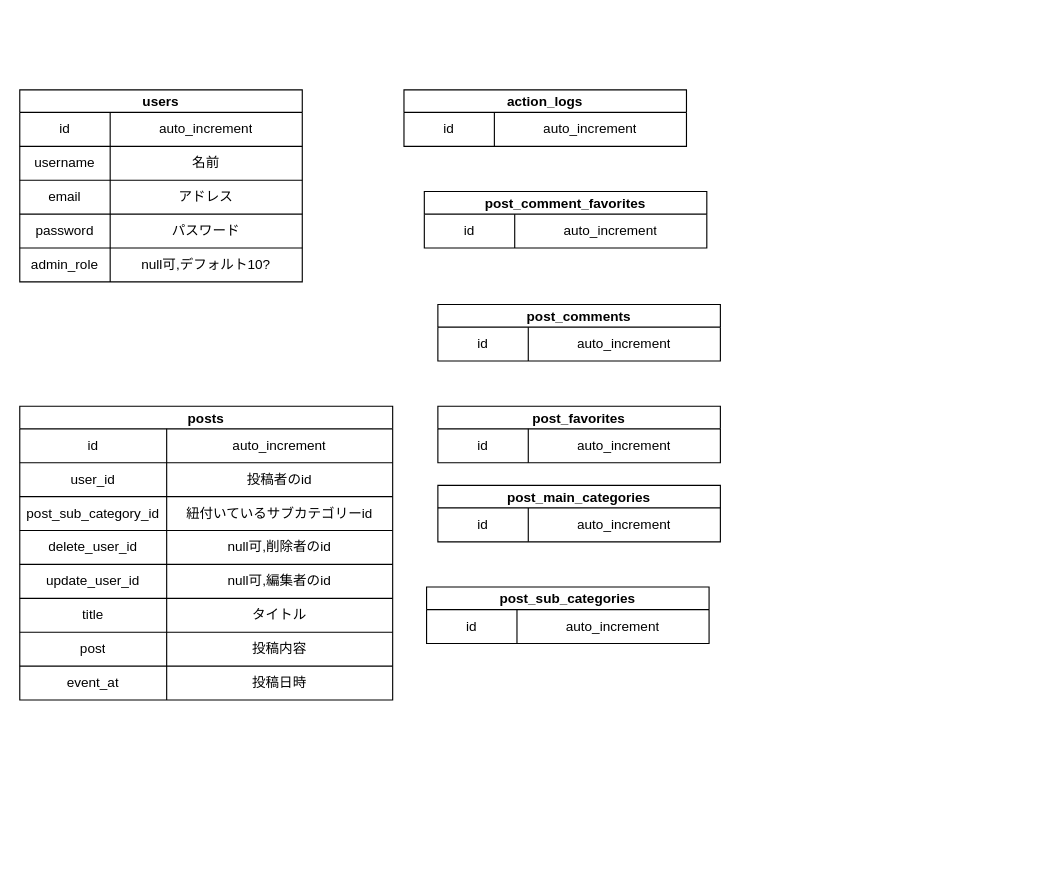
Above: bbm.dio in I-Kouta/BBM (draw.io), before the change. Source tidied: cells renumbered, new cells numbered last; positions are measured from the earlier drawing's top-left corner, leaving out a move shared by most shapes. Both pictures are drawn from the tidied source at 113%, with x=0, y=0 at pixel (19, 89).
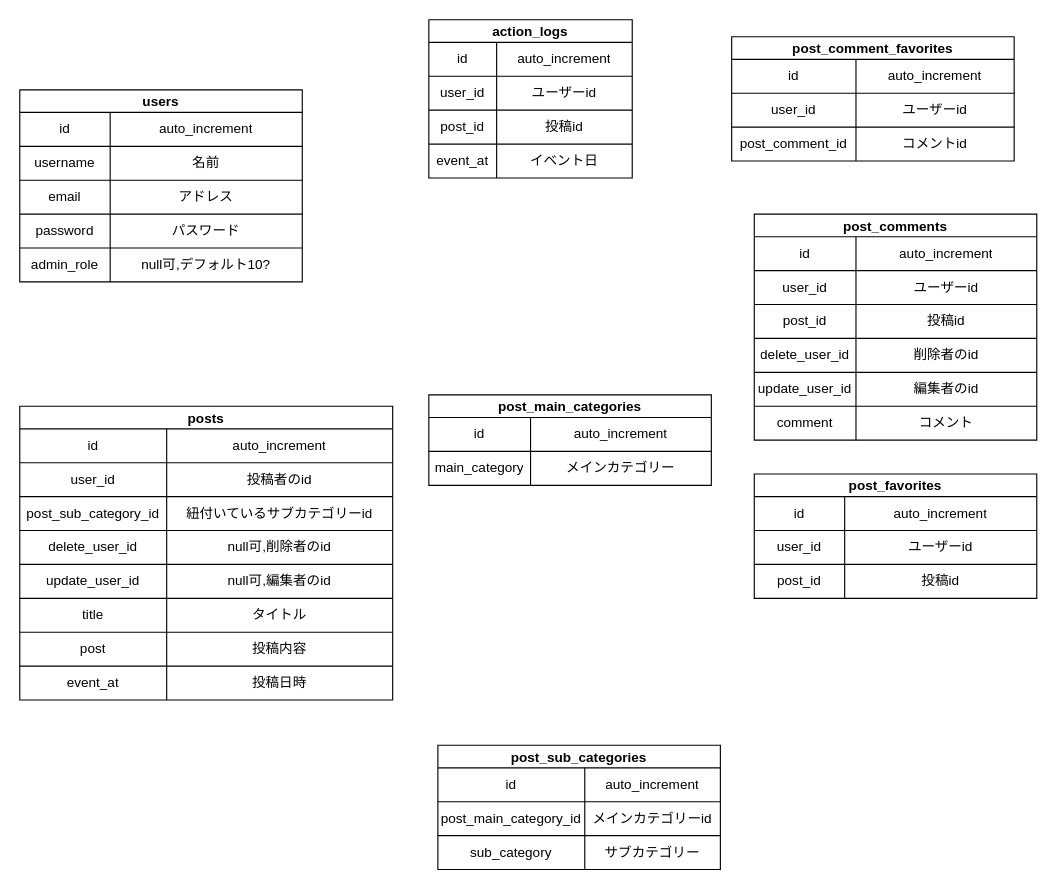
The same diagram, later.

Commit message:
テーブル定義の詳細です

The change refers to these unchanged cells:
```xml
<mxCell id="48" style="shape=partialRectangle;html=1;whiteSpace=wrap;fillColor=none;top=0;left=0;bottom=0;right=0;" parent="47" vertex="1">
  <mxGeometry y="20" width="250" height="30" as="geometry" />
</mxCell>
<mxCell id="52" style="shape=partialRectangle;html=1;whiteSpace=wrap;fillColor=none;top=0;left=0;bottom=0;right=0;" parent="51" vertex="1">
  <mxGeometry y="20" width="250" height="30" as="geometry" />
</mxCell>
<mxCell id="60" style="shape=partialRectangle;html=1;whiteSpace=wrap;fillColor=none;top=0;left=0;bottom=0;right=0;" parent="59" vertex="1">
  <mxGeometry y="20" width="250" height="30" as="geometry" />
</mxCell>
<mxCell id="64" style="shape=partialRectangle;html=1;whiteSpace=wrap;fillColor=none;top=0;left=0;bottom=0;right=0;" parent="63" vertex="1">
  <mxGeometry y="20" width="250" height="30" as="geometry" />
</mxCell>
```

Diff of the diagram source:
```diff
@@
     <mxCell id="43" value="action_logs" style="shape=table;startSize=20;childLayout=tableLayout;fontStyle=1;align=center;" parent="1" vertex="1">
-      <mxGeometry x="340" width="250" height="50" as="geometry" />
+      <mxGeometry x="362" y="-62" width="180" height="140" as="geometry" />
     </mxCell>
     <mxCell id="44" style="shape=partialRectangle;html=1;whiteSpace=wrap;fillColor=none;top=0;left=0;bottom=0;right=0;" parent="43" vertex="1">
-      <mxGeometry y="20" width="250" height="30" as="geometry" />
+      <mxGeometry y="20" width="180" height="30" as="geometry" />
     </mxCell>
     <mxCell id="45" value="id" style="shape=partialRectangle;html=1;whiteSpace=wrap;fillColor=none;top=0;left=0;bottom=0;right=0;overflow=hidden;" parent="44" vertex="1">
-      <mxGeometry width="80" height="30" as="geometry" />
+      <mxGeometry width="60" height="30" as="geometry" />
     </mxCell>
     <mxCell id="46" value="auto_increment" style="shape=partialRectangle;html=1;whiteSpace=wrap;fillColor=none;top=0;left=0;bottom=0;right=0;overflow=hidden;" parent="44" vertex="1">
-      <mxGeometry x="80" width="170" height="30" as="geometry" />
+      <mxGeometry x="60" width="120" height="30" as="geometry" />
     </mxCell>
+    <mxCell id="67" style="shape=partialRectangle;html=1;whiteSpace=wrap;fillColor=none;top=0;left=0;bottom=0;right=0;" parent="43" vertex="1">
+      <mxGeometry y="50" width="180" height="30" as="geometry" />
+    </mxCell>
+    <mxCell id="68" value="user_id" style="shape=partialRectangle;html=1;whiteSpace=wrap;fillColor=none;top=0;left=0;bottom=0;right=0;overflow=hidden;" parent="67" vertex="1">
+      <mxGeometry width="60" height="30" as="geometry" />
+    </mxCell>
+    <mxCell id="69" value="ユーザーid" style="shape=partialRectangle;html=1;whiteSpace=wrap;fillColor=none;top=0;left=0;bottom=0;right=0;overflow=hidden;" parent="67" vertex="1">
+      <mxGeometry x="60" width="120" height="30" as="geometry" />
+    </mxCell>
+    <mxCell id="70" style="shape=partialRectangle;html=1;whiteSpace=wrap;fillColor=none;top=0;left=0;bottom=0;right=0;" parent="43" vertex="1">
+      <mxGeometry y="80" width="180" height="30" as="geometry" />
+    </mxCell>
+    <mxCell id="71" value="post_id" style="shape=partialRectangle;html=1;whiteSpace=wrap;fillColor=none;top=0;left=0;bottom=0;right=0;overflow=hidden;" parent="70" vertex="1">
+      <mxGeometry width="60" height="30" as="geometry" />
+    </mxCell>
+    <mxCell id="72" value="投稿id" style="shape=partialRectangle;html=1;whiteSpace=wrap;fillColor=none;top=0;left=0;bottom=0;right=0;overflow=hidden;" parent="70" vertex="1">
+      <mxGeometry x="60" width="120" height="30" as="geometry" />
+    </mxCell>
+    <mxCell id="73" style="shape=partialRectangle;html=1;whiteSpace=wrap;fillColor=none;top=0;left=0;bottom=0;right=0;" parent="43" vertex="1">
+      <mxGeometry y="110" width="180" height="30" as="geometry" />
+    </mxCell>
+    <mxCell id="74" value="event_at" style="shape=partialRectangle;html=1;whiteSpace=wrap;fillColor=none;top=0;left=0;bottom=0;right=0;overflow=hidden;" parent="73" vertex="1">
+      <mxGeometry width="60" height="30" as="geometry" />
+    </mxCell>
+    <mxCell id="75" value="イベント日" style="shape=partialRectangle;html=1;whiteSpace=wrap;fillColor=none;top=0;left=0;bottom=0;right=0;overflow=hidden;" parent="73" vertex="1">
+      <mxGeometry x="60" width="120" height="30" as="geometry" />
+    </mxCell>
     <mxCell id="47" value="post_comment_favorites" style="shape=table;startSize=20;childLayout=tableLayout;fontStyle=1;align=center;" parent="1" vertex="1">
-      <mxGeometry x="358" y="90" width="250" height="50" as="geometry" />
+      <mxGeometry x="630" y="-47" width="250" height="110" as="geometry" />
     </mxCell>
@@
     <mxCell id="49" value="id" style="shape=partialRectangle;html=1;whiteSpace=wrap;fillColor=none;top=0;left=0;bottom=0;right=0;overflow=hidden;" parent="48" vertex="1">
-      <mxGeometry width="80" height="30" as="geometry" />
+      <mxGeometry width="110" height="30" as="geometry" />
     </mxCell>
     <mxCell id="50" value="auto_increment" style="shape=partialRectangle;html=1;whiteSpace=wrap;fillColor=none;top=0;left=0;bottom=0;right=0;overflow=hidden;" parent="48" vertex="1">
-      <mxGeometry x="80" width="170" height="30" as="geometry" />
+      <mxGeometry x="110" width="140" height="30" as="geometry" />
     </mxCell>
+    <mxCell id="76" style="shape=partialRectangle;html=1;whiteSpace=wrap;fillColor=none;top=0;left=0;bottom=0;right=0;" parent="47" vertex="1">
+      <mxGeometry y="50" width="250" height="30" as="geometry" />
+    </mxCell>
+    <mxCell id="77" value="user_id" style="shape=partialRectangle;html=1;whiteSpace=wrap;fillColor=none;top=0;left=0;bottom=0;right=0;overflow=hidden;" parent="76" vertex="1">
+      <mxGeometry width="110" height="30" as="geometry" />
+    </mxCell>
+    <mxCell id="78" value="ユーザーid" style="shape=partialRectangle;html=1;whiteSpace=wrap;fillColor=none;top=0;left=0;bottom=0;right=0;overflow=hidden;" parent="76" vertex="1">
+      <mxGeometry x="110" width="140" height="30" as="geometry" />
+    </mxCell>
+    <mxCell id="79" style="shape=partialRectangle;html=1;whiteSpace=wrap;fillColor=none;top=0;left=0;bottom=0;right=0;" parent="47" vertex="1">
+      <mxGeometry y="80" width="250" height="30" as="geometry" />
+    </mxCell>
+    <mxCell id="80" value="post_comment_id" style="shape=partialRectangle;html=1;whiteSpace=wrap;fillColor=none;top=0;left=0;bottom=0;right=0;overflow=hidden;" parent="79" vertex="1">
+      <mxGeometry width="110" height="30" as="geometry" />
+    </mxCell>
+    <mxCell id="81" value="コメントid" style="shape=partialRectangle;html=1;whiteSpace=wrap;fillColor=none;top=0;left=0;bottom=0;right=0;overflow=hidden;" parent="79" vertex="1">
+      <mxGeometry x="110" width="140" height="30" as="geometry" />
+    </mxCell>
     <mxCell id="51" value="post_comments" style="shape=table;startSize=20;childLayout=tableLayout;fontStyle=1;align=center;" parent="1" vertex="1">
-      <mxGeometry x="370" y="190" width="250" height="50" as="geometry" />
+      <mxGeometry x="650" y="110" width="250" height="200" as="geometry" />
     </mxCell>
@@
     <mxCell id="53" value="id" style="shape=partialRectangle;html=1;whiteSpace=wrap;fillColor=none;top=0;left=0;bottom=0;right=0;overflow=hidden;" parent="52" vertex="1">
-      <mxGeometry width="80" height="30" as="geometry" />
+      <mxGeometry width="90" height="30" as="geometry" />
     </mxCell>
     <mxCell id="54" value="auto_increment" style="shape=partialRectangle;html=1;whiteSpace=wrap;fillColor=none;top=0;left=0;bottom=0;right=0;overflow=hidden;" parent="52" vertex="1">
-      <mxGeometry x="80" width="170" height="30" as="geometry" />
+      <mxGeometry x="90" width="160" height="30" as="geometry" />
     </mxCell>
+    <mxCell id="82" style="shape=partialRectangle;html=1;whiteSpace=wrap;fillColor=none;top=0;left=0;bottom=0;right=0;" parent="51" vertex="1">
+      <mxGeometry y="50" width="250" height="30" as="geometry" />
+    </mxCell>
+    <mxCell id="83" value="user_id" style="shape=partialRectangle;html=1;whiteSpace=wrap;fillColor=none;top=0;left=0;bottom=0;right=0;overflow=hidden;" parent="82" vertex="1">
+      <mxGeometry width="90" height="30" as="geometry" />
+    </mxCell>
+    <mxCell id="84" value="ユーザーid" style="shape=partialRectangle;html=1;whiteSpace=wrap;fillColor=none;top=0;left=0;bottom=0;right=0;overflow=hidden;" parent="82" vertex="1">
+      <mxGeometry x="90" width="160" height="30" as="geometry" />
+    </mxCell>
+    <mxCell id="85" style="shape=partialRectangle;html=1;whiteSpace=wrap;fillColor=none;top=0;left=0;bottom=0;right=0;" parent="51" vertex="1">
+      <mxGeometry y="80" width="250" height="30" as="geometry" />
+    </mxCell>
+    <mxCell id="86" value="post_id" style="shape=partialRectangle;html=1;whiteSpace=wrap;fillColor=none;top=0;left=0;bottom=0;right=0;overflow=hidden;" parent="85" vertex="1">
+      <mxGeometry width="90" height="30" as="geometry" />
+    </mxCell>
+    <mxCell id="87" value="投稿id" style="shape=partialRectangle;html=1;whiteSpace=wrap;fillColor=none;top=0;left=0;bottom=0;right=0;overflow=hidden;" parent="85" vertex="1">
+      <mxGeometry x="90" width="160" height="30" as="geometry" />
+    </mxCell>
+    <mxCell id="88" style="shape=partialRectangle;html=1;whiteSpace=wrap;fillColor=none;top=0;left=0;bottom=0;right=0;" parent="51" vertex="1">
+      <mxGeometry y="110" width="250" height="30" as="geometry" />
+    </mxCell>
+    <mxCell id="89" value="delete_user_id" style="shape=partialRectangle;html=1;whiteSpace=wrap;fillColor=none;top=0;left=0;bottom=0;right=0;overflow=hidden;" parent="88" vertex="1">
+      <mxGeometry width="90" height="30" as="geometry" />
+    </mxCell>
+    <mxCell id="90" value="削除者のid" style="shape=partialRectangle;html=1;whiteSpace=wrap;fillColor=none;top=0;left=0;bottom=0;right=0;overflow=hidden;" parent="88" vertex="1">
+      <mxGeometry x="90" width="160" height="30" as="geometry" />
+    </mxCell>
+    <mxCell id="91" style="shape=partialRectangle;html=1;whiteSpace=wrap;fillColor=none;top=0;left=0;bottom=0;right=0;" parent="51" vertex="1">
+      <mxGeometry y="140" width="250" height="30" as="geometry" />
+    </mxCell>
+    <mxCell id="92" value="update_user_id" style="shape=partialRectangle;html=1;whiteSpace=wrap;fillColor=none;top=0;left=0;bottom=0;right=0;overflow=hidden;" parent="91" vertex="1">
+      <mxGeometry width="90" height="30" as="geometry" />
+    </mxCell>
+    <mxCell id="93" value="編集者のid" style="shape=partialRectangle;html=1;whiteSpace=wrap;fillColor=none;top=0;left=0;bottom=0;right=0;overflow=hidden;" parent="91" vertex="1">
+      <mxGeometry x="90" width="160" height="30" as="geometry" />
+    </mxCell>
+    <mxCell id="94" style="shape=partialRectangle;html=1;whiteSpace=wrap;fillColor=none;top=0;left=0;bottom=0;right=0;" parent="51" vertex="1">
+      <mxGeometry y="170" width="250" height="30" as="geometry" />
+    </mxCell>
+    <mxCell id="95" value="comment" style="shape=partialRectangle;html=1;whiteSpace=wrap;fillColor=none;top=0;left=0;bottom=0;right=0;overflow=hidden;" parent="94" vertex="1">
+      <mxGeometry width="90" height="30" as="geometry" />
+    </mxCell>
+    <mxCell id="96" value="コメント" style="shape=partialRectangle;html=1;whiteSpace=wrap;fillColor=none;top=0;left=0;bottom=0;right=0;overflow=hidden;" parent="94" vertex="1">
+      <mxGeometry x="90" width="160" height="30" as="geometry" />
+    </mxCell>
     <mxCell id="55" value="post_favorites" style="shape=table;startSize=20;childLayout=tableLayout;fontStyle=1;align=center;" parent="1" vertex="1">
-      <mxGeometry x="370" y="280" width="250" height="50" as="geometry" />
+      <mxGeometry x="650" y="340" width="250" height="110" as="geometry" />
     </mxCell>
@@
+    <mxCell id="97" style="shape=partialRectangle;html=1;whiteSpace=wrap;fillColor=none;top=0;left=0;bottom=0;right=0;" parent="55" vertex="1">
+      <mxGeometry y="50" width="250" height="30" as="geometry" />
+    </mxCell>
+    <mxCell id="98" value="user_id" style="shape=partialRectangle;html=1;whiteSpace=wrap;fillColor=none;top=0;left=0;bottom=0;right=0;overflow=hidden;" parent="97" vertex="1">
+      <mxGeometry width="80" height="30" as="geometry" />
+    </mxCell>
+    <mxCell id="99" value="ユーザーid" style="shape=partialRectangle;html=1;whiteSpace=wrap;fillColor=none;top=0;left=0;bottom=0;right=0;overflow=hidden;" parent="97" vertex="1">
+      <mxGeometry x="80" width="170" height="30" as="geometry" />
+    </mxCell>
+    <mxCell id="100" style="shape=partialRectangle;html=1;whiteSpace=wrap;fillColor=none;top=0;left=0;bottom=0;right=0;" parent="55" vertex="1">
+      <mxGeometry y="80" width="250" height="30" as="geometry" />
+    </mxCell>
+    <mxCell id="101" value="post_id" style="shape=partialRectangle;html=1;whiteSpace=wrap;fillColor=none;top=0;left=0;bottom=0;right=0;overflow=hidden;" parent="100" vertex="1">
+      <mxGeometry width="80" height="30" as="geometry" />
+    </mxCell>
+    <mxCell id="102" value="投稿id" style="shape=partialRectangle;html=1;whiteSpace=wrap;fillColor=none;top=0;left=0;bottom=0;right=0;overflow=hidden;" parent="100" vertex="1">
+      <mxGeometry x="80" width="170" height="30" as="geometry" />
+    </mxCell>
     <mxCell id="59" value="post_main_categories" style="shape=table;startSize=20;childLayout=tableLayout;fontStyle=1;align=center;" parent="1" vertex="1">
-      <mxGeometry x="370" y="350" width="250" height="50" as="geometry" />
+      <mxGeometry x="362" y="270" width="250" height="80" as="geometry" />
     </mxCell>
@@
     <mxCell id="61" value="id" style="shape=partialRectangle;html=1;whiteSpace=wrap;fillColor=none;top=0;left=0;bottom=0;right=0;overflow=hidden;" parent="60" vertex="1">
-      <mxGeometry width="80" height="30" as="geometry" />
+      <mxGeometry width="90" height="30" as="geometry" />
     </mxCell>
     <mxCell id="62" value="auto_increment" style="shape=partialRectangle;html=1;whiteSpace=wrap;fillColor=none;top=0;left=0;bottom=0;right=0;overflow=hidden;" parent="60" vertex="1">
-      <mxGeometry x="80" width="170" height="30" as="geometry" />
+      <mxGeometry x="90" width="160" height="30" as="geometry" />
     </mxCell>
+    <mxCell id="103" style="shape=partialRectangle;html=1;whiteSpace=wrap;fillColor=none;top=0;left=0;bottom=0;right=0;" parent="59" vertex="1">
+      <mxGeometry y="50" width="250" height="30" as="geometry" />
+    </mxCell>
+    <mxCell id="104" value="main_category" style="shape=partialRectangle;html=1;whiteSpace=wrap;fillColor=none;top=0;left=0;bottom=0;right=0;overflow=hidden;" parent="103" vertex="1">
+      <mxGeometry width="90" height="30" as="geometry" />
+    </mxCell>
+    <mxCell id="105" value="メインカテゴリー" style="shape=partialRectangle;html=1;whiteSpace=wrap;fillColor=none;top=0;left=0;bottom=0;right=0;overflow=hidden;" parent="103" vertex="1">
+      <mxGeometry x="90" width="160" height="30" as="geometry" />
+    </mxCell>
     <mxCell id="63" value="post_sub_categories" style="shape=table;startSize=20;childLayout=tableLayout;fontStyle=1;align=center;" parent="1" vertex="1">
-      <mxGeometry x="360" y="440" width="250" height="50" as="geometry" />
+      <mxGeometry x="370" y="580" width="250" height="110" as="geometry" />
     </mxCell>
@@
     <mxCell id="65" value="id" style="shape=partialRectangle;html=1;whiteSpace=wrap;fillColor=none;top=0;left=0;bottom=0;right=0;overflow=hidden;" parent="64" vertex="1">
-      <mxGeometry width="80" height="30" as="geometry" />
+      <mxGeometry width="130" height="30" as="geometry" />
     </mxCell>
     <mxCell id="66" value="auto_increment" style="shape=partialRectangle;html=1;whiteSpace=wrap;fillColor=none;top=0;left=0;bottom=0;right=0;overflow=hidden;" parent="64" vertex="1">
-      <mxGeometry x="80" width="170" height="30" as="geometry" />
+      <mxGeometry x="130" width="120" height="30" as="geometry" />
     </mxCell>
+    <mxCell id="106" style="shape=partialRectangle;html=1;whiteSpace=wrap;fillColor=none;top=0;left=0;bottom=0;right=0;" parent="63" vertex="1">
+      <mxGeometry y="50" width="250" height="30" as="geometry" />
+    </mxCell>
+    <mxCell id="107" value="post_main_category_id" style="shape=partialRectangle;html=1;whiteSpace=wrap;fillColor=none;top=0;left=0;bottom=0;right=0;overflow=hidden;" parent="106" vertex="1">
+      <mxGeometry width="130" height="30" as="geometry" />
+    </mxCell>
+    <mxCell id="108" value="メインカテゴリーid" style="shape=partialRectangle;html=1;whiteSpace=wrap;fillColor=none;top=0;left=0;bottom=0;right=0;overflow=hidden;" parent="106" vertex="1">
+      <mxGeometry x="130" width="120" height="30" as="geometry" />
+    </mxCell>
+    <mxCell id="109" style="shape=partialRectangle;html=1;whiteSpace=wrap;fillColor=none;top=0;left=0;bottom=0;right=0;" parent="63" vertex="1">
+      <mxGeometry y="80" width="250" height="30" as="geometry" />
+    </mxCell>
+    <mxCell id="110" value="sub_category" style="shape=partialRectangle;html=1;whiteSpace=wrap;fillColor=none;top=0;left=0;bottom=0;right=0;overflow=hidden;" parent="109" vertex="1">
+      <mxGeometry width="130" height="30" as="geometry" />
+    </mxCell>
+    <mxCell id="111" value="サブカテゴリー" style="shape=partialRectangle;html=1;whiteSpace=wrap;fillColor=none;top=0;left=0;bottom=0;right=0;overflow=hidden;" parent="109" vertex="1">
+      <mxGeometry x="130" width="120" height="30" as="geometry" />
+    </mxCell>
```
